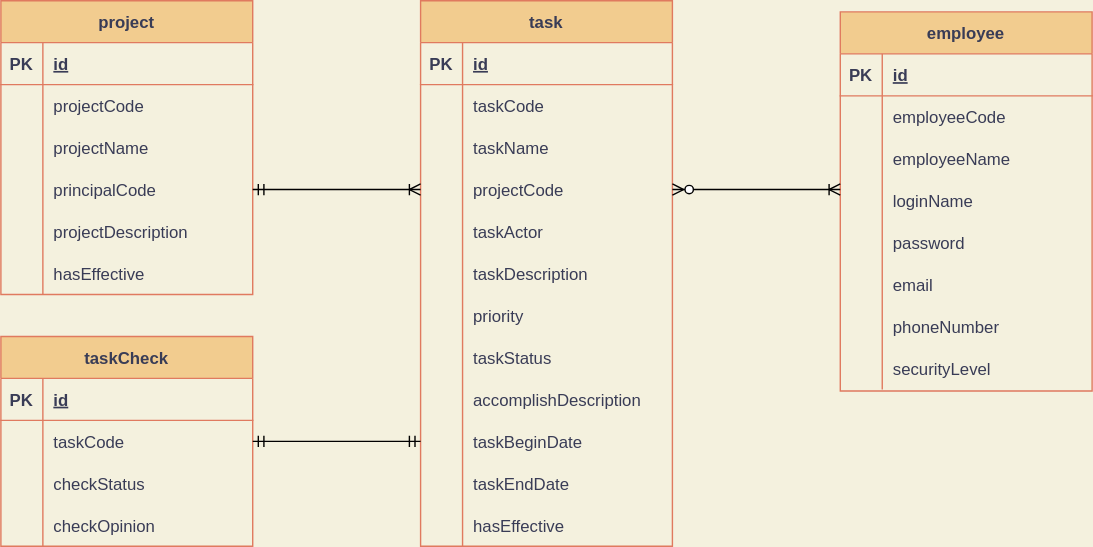
Earlier version of the draw.io export web/src/main/resources/static/draw/entityRelationshipDraw.svg (luck-nine/projectManagement). Source tidied: cells renumbered, new cells last; positions are measured from the earlier drawing's top-left corner, leaving out a move shared by most shapes.
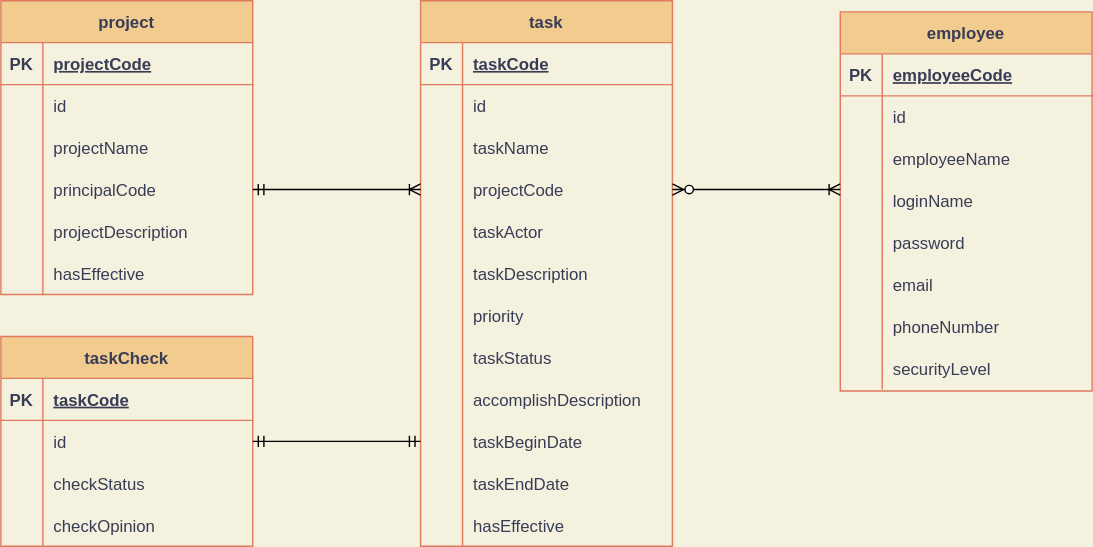
After the change.

What changed in the source:
```diff
@@ -11,7 +11,7 @@
     <mxCell id="4" value="PK" style="shape=partialRectangle;fillColor=none;top=0;left=0;bottom=0;right=0;fontStyle=1;overflow=hidden;strokeColor=#E07A5F;fontColor=#393C56;" parent="3" vertex="1">
       <mxGeometry width="30" height="30" as="geometry" />
     </mxCell>
-    <mxCell id="5" value="id" style="shape=partialRectangle;fillColor=none;top=0;left=0;bottom=0;right=0;align=left;spacingLeft=6;fontStyle=5;overflow=hidden;strokeColor=#E07A5F;fontColor=#393C56;" parent="3" vertex="1">
+    <mxCell id="5" value="employeeCode" style="shape=partialRectangle;fillColor=none;top=0;left=0;bottom=0;right=0;align=left;spacingLeft=6;fontStyle=5;overflow=hidden;strokeColor=#E07A5F;fontColor=#393C56;" parent="3" vertex="1">
       <mxGeometry x="30" width="150" height="30" as="geometry" />
     </mxCell>
     <mxCell id="6" style="shape=tableRow;horizontal=0;startSize=0;swimlaneHead=0;swimlaneBody=0;fillColor=none;top=0;left=0;right=0;bottom=0;strokeColor=#E07A5F;fontColor=#393C56;" parent="2" vertex="1">
@@ -20,7 +20,7 @@
     <mxCell id="7" style="shape=partialRectangle;fillColor=none;top=0;left=0;bottom=0;right=0;overflow=hidden;strokeColor=#E07A5F;fontColor=#393C56;" parent="6" vertex="1">
       <mxGeometry width="30" height="30" as="geometry" />
     </mxCell>
-    <mxCell id="8" value="employeeCode" style="shape=partialRectangle;fillColor=none;top=0;left=0;bottom=0;right=0;align=left;spacingLeft=6;overflow=hidden;strokeColor=#E07A5F;fontColor=#393C56;" parent="6" vertex="1">
+    <mxCell id="8" value="id" style="shape=partialRectangle;fillColor=none;top=0;left=0;bottom=0;right=0;align=left;spacingLeft=6;overflow=hidden;strokeColor=#E07A5F;fontColor=#393C56;" parent="6" vertex="1">
       <mxGeometry x="30" width="150" height="30" as="geometry" />
     </mxCell>
     <mxCell id="9" style="shape=tableRow;horizontal=0;startSize=0;swimlaneHead=0;swimlaneBody=0;fillColor=none;top=0;left=0;right=0;bottom=0;strokeColor=#E07A5F;fontColor=#393C56;" parent="2" vertex="1">
@@ -86,7 +86,7 @@
     <mxCell id="29" value="PK" style="shape=partialRectangle;fillColor=none;top=0;left=0;bottom=0;right=0;fontStyle=1;overflow=hidden;strokeColor=#E07A5F;fontColor=#393C56;" parent="28" vertex="1">
       <mxGeometry width="30" height="30" as="geometry" />
     </mxCell>
-    <mxCell id="30" value="id" style="shape=partialRectangle;fillColor=none;top=0;left=0;bottom=0;right=0;align=left;spacingLeft=6;fontStyle=5;overflow=hidden;strokeColor=#E07A5F;fontColor=#393C56;" parent="28" vertex="1">
+    <mxCell id="30" value="projectCode" style="shape=partialRectangle;fillColor=none;top=0;left=0;bottom=0;right=0;align=left;spacingLeft=6;fontStyle=5;overflow=hidden;strokeColor=#E07A5F;fontColor=#393C56;" parent="28" vertex="1">
       <mxGeometry x="30" width="150" height="30" as="geometry" />
     </mxCell>
     <mxCell id="31" style="shape=tableRow;horizontal=0;startSize=0;swimlaneHead=0;swimlaneBody=0;fillColor=none;top=0;left=0;right=0;bottom=0;strokeColor=#E07A5F;fontColor=#393C56;" parent="27" vertex="1">
@@ -95,7 +95,7 @@
     <mxCell id="32" style="shape=partialRectangle;fillColor=none;top=0;left=0;bottom=0;right=0;overflow=hidden;strokeColor=#E07A5F;fontColor=#393C56;" parent="31" vertex="1">
       <mxGeometry width="30" height="30" as="geometry" />
     </mxCell>
-    <mxCell id="33" value="projectCode" style="shape=partialRectangle;fillColor=none;top=0;left=0;bottom=0;right=0;align=left;spacingLeft=6;overflow=hidden;strokeColor=#E07A5F;fontColor=#393C56;" parent="31" vertex="1">
+    <mxCell id="33" value="id" style="shape=partialRectangle;fillColor=none;top=0;left=0;bottom=0;right=0;align=left;spacingLeft=6;overflow=hidden;strokeColor=#E07A5F;fontColor=#393C56;" parent="31" vertex="1">
       <mxGeometry x="30" width="150" height="30" as="geometry" />
     </mxCell>
     <mxCell id="34" style="shape=tableRow;horizontal=0;startSize=0;swimlaneHead=0;swimlaneBody=0;fillColor=none;top=0;left=0;right=0;bottom=0;strokeColor=#E07A5F;fontColor=#393C56;" parent="27" vertex="1">
@@ -143,7 +143,7 @@
     <mxCell id="48" value="PK" style="shape=partialRectangle;fillColor=none;top=0;left=0;bottom=0;right=0;fontStyle=1;overflow=hidden;strokeColor=#E07A5F;fontColor=#393C56;" parent="47" vertex="1">
       <mxGeometry width="30" height="30" as="geometry" />
     </mxCell>
-    <mxCell id="49" value="id" style="shape=partialRectangle;fillColor=none;top=0;left=0;bottom=0;right=0;align=left;spacingLeft=6;fontStyle=5;overflow=hidden;strokeColor=#E07A5F;fontColor=#393C56;" parent="47" vertex="1">
+    <mxCell id="49" value="taskCode" style="shape=partialRectangle;fillColor=none;top=0;left=0;bottom=0;right=0;align=left;spacingLeft=6;fontStyle=5;overflow=hidden;strokeColor=#E07A5F;fontColor=#393C56;" parent="47" vertex="1">
       <mxGeometry x="30" width="150" height="30" as="geometry" />
     </mxCell>
     <mxCell id="50" style="shape=tableRow;horizontal=0;startSize=0;swimlaneHead=0;swimlaneBody=0;fillColor=none;top=0;left=0;right=0;bottom=0;strokeColor=#E07A5F;fontColor=#393C56;" parent="46" vertex="1">
@@ -152,7 +152,7 @@
     <mxCell id="51" style="shape=partialRectangle;fillColor=none;top=0;left=0;bottom=0;right=0;overflow=hidden;strokeColor=#E07A5F;fontColor=#393C56;" parent="50" vertex="1">
       <mxGeometry width="30" height="30" as="geometry" />
     </mxCell>
-    <mxCell id="52" value="taskCode" style="shape=partialRectangle;fillColor=none;top=0;left=0;bottom=0;right=0;align=left;spacingLeft=6;overflow=hidden;strokeColor=#E07A5F;fontColor=#393C56;" parent="50" vertex="1">
+    <mxCell id="52" value="id" style="shape=partialRectangle;fillColor=none;top=0;left=0;bottom=0;right=0;align=left;spacingLeft=6;overflow=hidden;strokeColor=#E07A5F;fontColor=#393C56;" parent="50" vertex="1">
       <mxGeometry x="30" width="150" height="30" as="geometry" />
     </mxCell>
     <mxCell id="53" style="shape=tableRow;horizontal=0;startSize=0;swimlaneHead=0;swimlaneBody=0;fillColor=none;top=0;left=0;right=0;bottom=0;strokeColor=#E07A5F;fontColor=#393C56;" parent="46" vertex="1">
@@ -254,7 +254,7 @@
     <mxCell id="85" value="PK" style="shape=partialRectangle;fillColor=none;top=0;left=0;bottom=0;right=0;fontStyle=1;overflow=hidden;strokeColor=#E07A5F;fontColor=#393C56;" parent="84" vertex="1">
       <mxGeometry width="30" height="30" as="geometry" />
     </mxCell>
-    <mxCell id="86" value="id" style="shape=partialRectangle;fillColor=none;top=0;left=0;bottom=0;right=0;align=left;spacingLeft=6;fontStyle=5;overflow=hidden;strokeColor=#E07A5F;fontColor=#393C56;" parent="84" vertex="1">
+    <mxCell id="86" value="taskCode" style="shape=partialRectangle;fillColor=none;top=0;left=0;bottom=0;right=0;align=left;spacingLeft=6;fontStyle=5;overflow=hidden;strokeColor=#E07A5F;fontColor=#393C56;" parent="84" vertex="1">
       <mxGeometry x="30" width="150" height="30" as="geometry" />
     </mxCell>
     <mxCell id="87" style="shape=tableRow;horizontal=0;startSize=0;swimlaneHead=0;swimlaneBody=0;fillColor=none;points=[[0,0.5],[1,0.5]];portConstraint=eastwest;top=0;left=0;right=0;bottom=0;strokeColor=#E07A5F;fontColor=#393C56;" parent="83" vertex="1">
@@ -263,7 +263,7 @@
     <mxCell id="88" style="shape=partialRectangle;fillColor=none;top=0;left=0;bottom=0;right=0;overflow=hidden;strokeColor=#E07A5F;fontColor=#393C56;" parent="87" vertex="1">
       <mxGeometry width="30" height="30" as="geometry" />
     </mxCell>
-    <mxCell id="89" value="taskCode" style="shape=partialRectangle;fillColor=none;top=0;left=0;bottom=0;right=0;align=left;spacingLeft=6;overflow=hidden;strokeColor=#E07A5F;fontColor=#393C56;" parent="87" vertex="1">
+    <mxCell id="89" value="id" style="shape=partialRectangle;fillColor=none;top=0;left=0;bottom=0;right=0;align=left;spacingLeft=6;overflow=hidden;strokeColor=#E07A5F;fontColor=#393C56;" parent="87" vertex="1">
       <mxGeometry x="30" width="150" height="30" as="geometry" />
     </mxCell>
     <mxCell id="90" style="shape=tableRow;horizontal=0;startSize=0;swimlaneHead=0;swimlaneBody=0;fillColor=none;top=0;left=0;right=0;bottom=0;strokeColor=#E07A5F;fontColor=#393C56;" parent="83" vertex="1">
```
